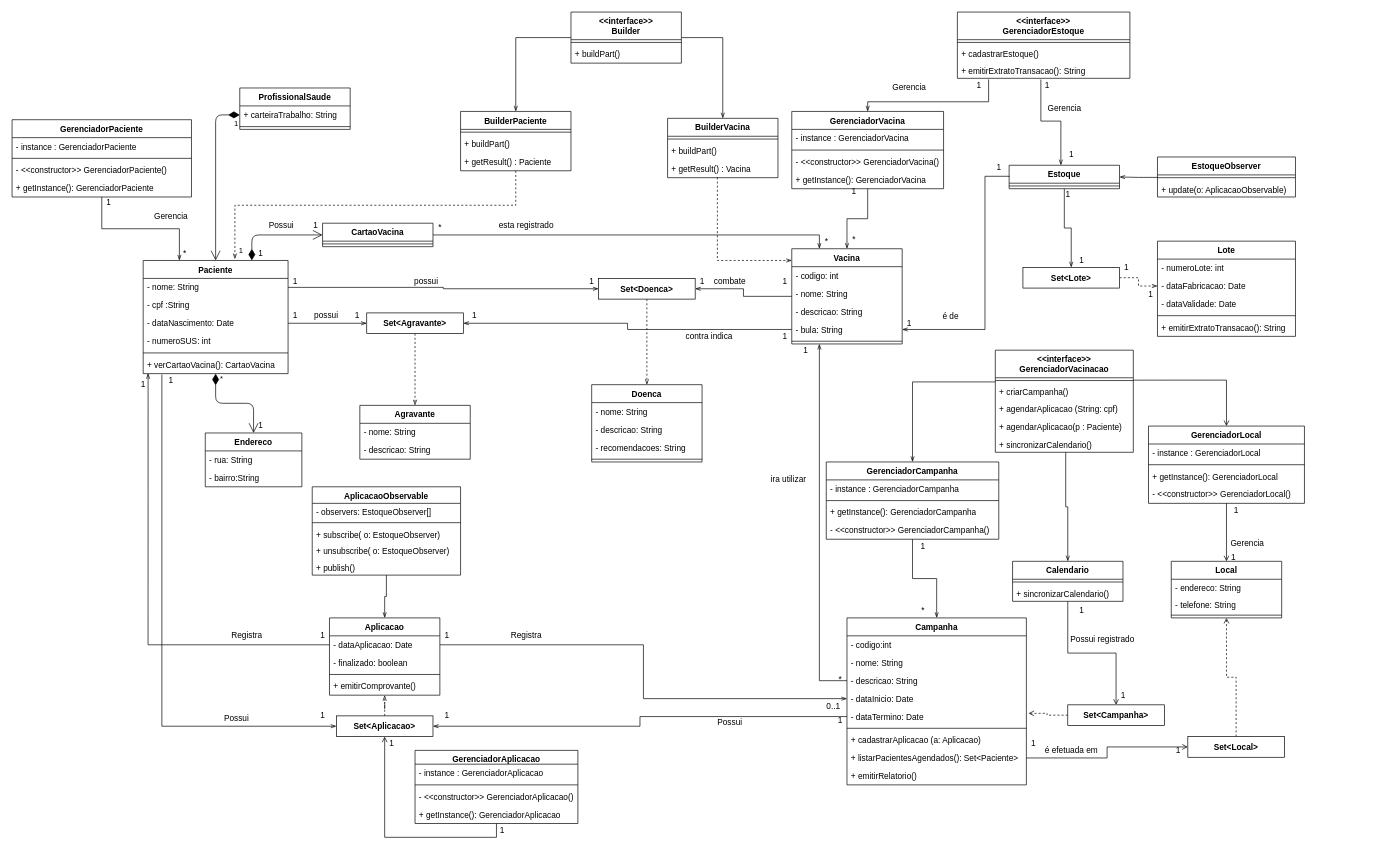
This is doc/classesdeprojeto.drawio from Numb4r/DiviVac, a draw.io file, before an edit. Source tidied: cells renumbered, new cells numbered last; positions are measured from the earlier drawing's top-left corner, leaving out a move shared by most shapes. Both pictures are drawn from the tidied source at 69%, with x=0, y=0 at pixel (12, 12).
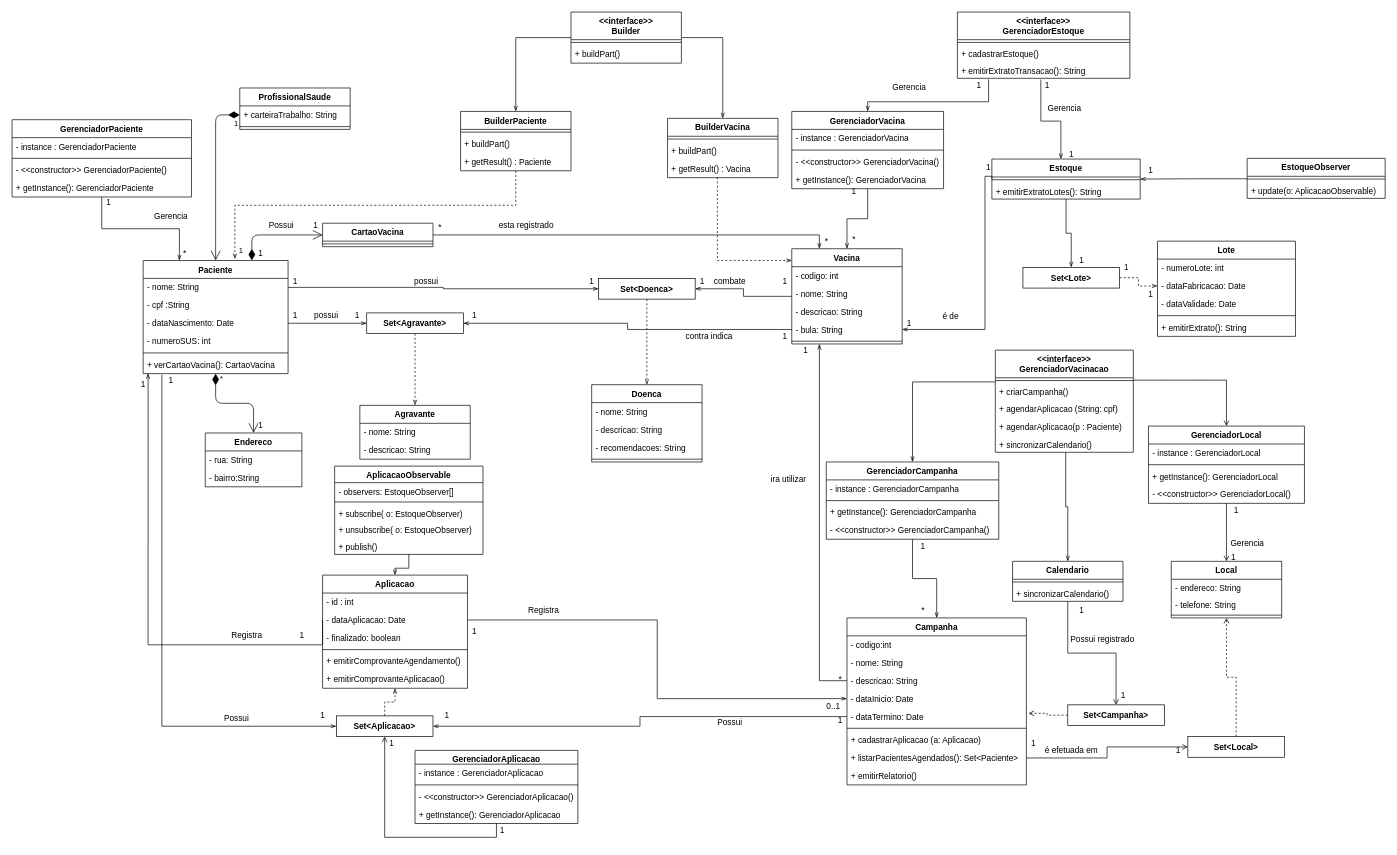
The same page after the edit.

Commit message (it also covers changes not shown here):
id aplicacao e estoque emisao de extrato criado

Unchanged cells that the change refers to:
```xml
<mxCell id="57" value="Lote" style="swimlane;fontStyle=1;align=center;verticalAlign=top;horizontal=1;startSize=26;" parent="1" vertex="1">
  <mxGeometry x="1660" y="332" width="200" height="138" as="geometry" />
</mxCell>
```

What changed in the source:
```diff
@@
-    <mxCell id="62" value="+ emitirExtratoTransacao(): String" style="text;strokeColor=none;fillColor=none;align=left;verticalAlign=top;spacingLeft=4;spacingRight=4;overflow=hidden;" parent="57" vertex="1">
+    <mxCell id="62" value="+ emitirExtrato(): String" style="text;strokeColor=none;fillColor=none;align=left;verticalAlign=top;spacingLeft=4;spacingRight=4;overflow=hidden;" parent="57" vertex="1">
       <mxGeometry y="112" width="200" height="26" as="geometry" />
     </mxCell>
@@
     <mxCell id="67" value="Estoque" style="swimlane;fontStyle=1;align=center;verticalAlign=top;horizontal=1;startSize=26;" parent="1" vertex="1">
-      <mxGeometry x="1445" y="222" width="160" height="34" as="geometry" />
+      <mxGeometry x="1420" y="213" width="215" height="58" as="geometry" />
     </mxCell>
     <mxCell id="68" style="line;strokeWidth=1;fillColor=none;align=left;verticalAlign=middle;spacingTop=-1;spacingLeft=3;spacingRight=3;labelPosition=right;" parent="67" vertex="1">
-      <mxGeometry y="26" width="160" height="8" as="geometry" />
+      <mxGeometry y="26" width="215" height="8" as="geometry" />
     </mxCell>
+    <mxCell id="225" value="+ emitirExtratoLotes(): String" style="text;strokeColor=none;fillColor=none;align=left;verticalAlign=top;spacingLeft=4;spacingRight=4;overflow=hidden;" parent="67" vertex="1">
+      <mxGeometry y="34" width="215" height="24" as="geometry" />
+    </mxCell>
@@
     <mxCell id="79" value="Aplicacao" style="swimlane;fontStyle=1;align=center;verticalAlign=top;horizontal=1;startSize=26;" parent="1" vertex="1">
-      <mxGeometry x="460" y="878" width="160" height="112" as="geometry" />
+      <mxGeometry x="450" y="816" width="210" height="164" as="geometry" />
     </mxCell>
+    <mxCell id="226" value="- id : int" style="text;strokeColor=none;fillColor=none;align=left;verticalAlign=top;spacingLeft=4;spacingRight=4;overflow=hidden;" parent="79" vertex="1">
+      <mxGeometry y="26" width="210" height="26" as="geometry" />
+    </mxCell>
     <mxCell id="80" value="- dataAplicacao: Date" style="text;strokeColor=none;fillColor=none;align=left;verticalAlign=top;spacingLeft=4;spacingRight=4;overflow=hidden;points=[[0,0.5],[1,0.5]];portConstraint=eastwest;" parent="79" vertex="1">
-      <mxGeometry y="26" width="160" height="26" as="geometry" />
+      <mxGeometry y="52" width="210" height="26" as="geometry" />
     </mxCell>
     <mxCell id="81" value="- finalizado: boolean" style="text;strokeColor=none;fillColor=none;align=left;verticalAlign=top;spacingLeft=4;spacingRight=4;overflow=hidden;" parent="79" vertex="1">
-      <mxGeometry y="52" width="160" height="26" as="geometry" />
+      <mxGeometry y="78" width="210" height="26" as="geometry" />
     </mxCell>
     <mxCell id="82" style="line;strokeWidth=1;fillColor=none;align=left;verticalAlign=middle;spacingTop=-1;spacingLeft=3;spacingRight=3;labelPosition=right;" parent="79" vertex="1">
-      <mxGeometry y="78" width="160" height="8" as="geometry" />
+      <mxGeometry y="104" width="210" height="8" as="geometry" />
     </mxCell>
+    <mxCell id="227" value="+ emitirComprovanteAgendamento()" style="text;strokeColor=none;fillColor=none;align=left;verticalAlign=top;spacingLeft=4;spacingRight=4;overflow=hidden;" parent="79" vertex="1">
+      <mxGeometry y="112" width="210" height="26" as="geometry" />
+    </mxCell>
-    <mxCell id="83" value="+ emitirComprovante()" style="text;strokeColor=none;fillColor=none;align=left;verticalAlign=top;spacingLeft=4;spacingRight=4;overflow=hidden;" parent="79" vertex="1">
-      <mxGeometry y="86" width="160" height="26" as="geometry" />
+    <mxCell id="83" value="+ emitirComprovanteAplicacao()" style="text;strokeColor=none;fillColor=none;align=left;verticalAlign=top;spacingLeft=4;spacingRight=4;overflow=hidden;" parent="79" vertex="1">
+      <mxGeometry y="138" width="210" height="26" as="geometry" />
     </mxCell>
@@
     <mxCell id="137" value="1" style="text;html=1;align=center;verticalAlign=middle;strokeColor=none;" parent="1" vertex="1">
-      <mxGeometry x="440" y="893" width="20" height="20" as="geometry" />
+      <mxGeometry x="410" y="893" width="20" height="20" as="geometry" />
     </mxCell>
     <mxCell id="138" value="1" style="text;html=1;align=center;verticalAlign=middle;strokeColor=none;" parent="1" vertex="1">
-      <mxGeometry x="620" y="893" width="20" height="20" as="geometry" />
+      <mxGeometry x="660" y="888" width="20" height="20" as="geometry" />
     </mxCell>
@@
     <mxCell id="174" value="EstoqueObserver" style="swimlane;fontStyle=1;align=center;verticalAlign=top;horizontal=1;startSize=26;" parent="1" vertex="1">
-      <mxGeometry x="1660" y="210" width="200" height="58" as="geometry" />
+      <mxGeometry x="1790" y="212" width="200" height="58" as="geometry" />
     </mxCell>
@@
     <mxCell id="178" value="AplicacaoObservable" style="swimlane;fontStyle=1;align=center;verticalAlign=top;horizontal=1;startSize=24;" parent="1" vertex="1">
-      <mxGeometry x="435" y="688" width="215" height="128" as="geometry" />
+      <mxGeometry x="467.5" y="658" width="215" height="128" as="geometry" />
     </mxCell>
@@
     <mxCell id="209" value="Registra" style="text;html=1;align=center;verticalAlign=middle;strokeColor=none;" parent="1" vertex="1">
-      <mxGeometry x="715" y="893" width="60" height="20" as="geometry" />
+      <mxGeometry x="740" y="858" width="60" height="20" as="geometry" />
     </mxCell>
@@
     <mxCell id="216" value="1" style="text;html=1;align=center;verticalAlign=middle;strokeColor=none;" parent="1" vertex="1">
-      <mxGeometry x="1420" y="216" width="20" height="20" as="geometry" />
+      <mxGeometry x="1405" y="216" width="20" height="20" as="geometry" />
     </mxCell>
@@
     <mxCell id="218" value="1" style="text;html=1;align=center;verticalAlign=middle;strokeColor=none;" parent="1" vertex="1">
-      <mxGeometry x="1520" y="255" width="20" height="20" as="geometry" />
+      <mxGeometry x="1640" y="220" width="20" height="20" as="geometry" />
     </mxCell>
```
